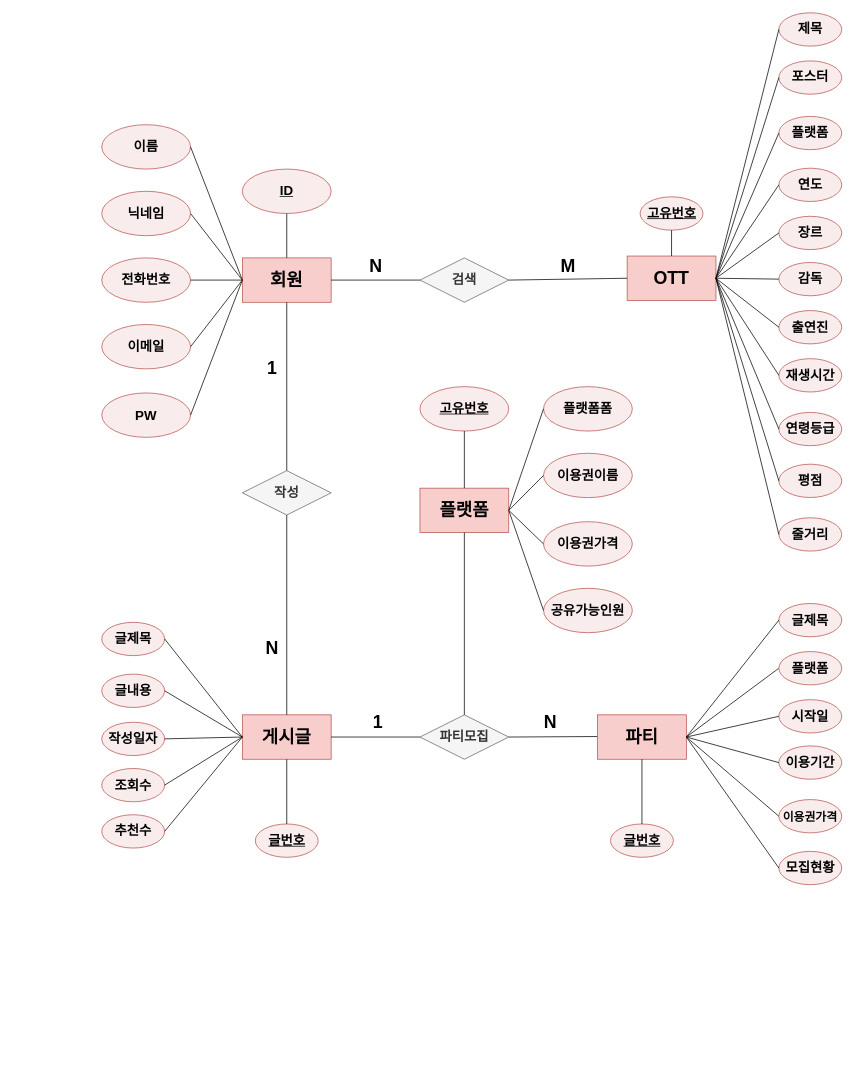
Above: DB.drawio in Baek91/webTest (draw.io), before the change. Source tidied: cells renumbered, new cells numbered last; positions are measured from the earlier drawing's top-left corner, leaving out a move shared by most shapes. Both pictures are drawn from the tidied source at 74%, with x=0, y=0 at pixel (101, 13).
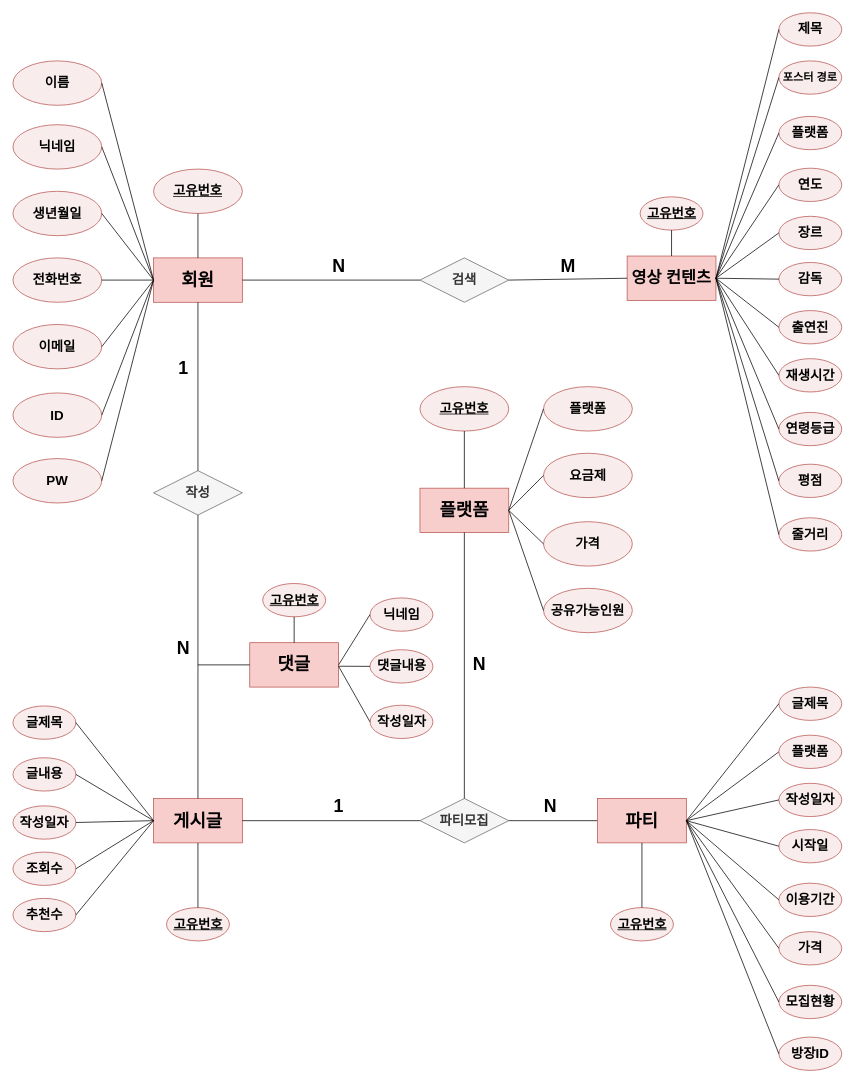
The same diagram, later.

Unchanged cells that the change refers to:
```xml
<mxCell id="13" value="&lt;font style=&quot;font-size: 18px;&quot;&gt;&lt;b&gt;검색&lt;/b&gt;&lt;/font&gt;" style="rhombus;whiteSpace=wrap;html=1;fillColor=#f5f5f5;fontColor=#333333;strokeColor=#666666;" parent="1" vertex="1">
  <mxGeometry x="430" y="331" width="120" height="60" as="geometry" />
</mxCell>
```

Diff of the diagram source:
```diff
@@
     <mxCell id="2" value="&lt;font size=&quot;1&quot;&gt;&lt;b style=&quot;font-size: 24px;&quot;&gt;회원&lt;/b&gt;&lt;/font&gt;" style="rounded=0;whiteSpace=wrap;html=1;fillColor=#f8cecc;strokeColor=#b85450;" parent="1" vertex="1">
-      <mxGeometry x="190" y="331" width="120" height="60" as="geometry" />
+      <mxGeometry x="70" y="331" width="120" height="60" as="geometry" />
     </mxCell>
-    <mxCell id="3" value="&lt;b&gt;&lt;font style=&quot;font-size: 18px;&quot;&gt;닉네임&lt;/font&gt;&lt;/b&gt;" style="ellipse;whiteSpace=wrap;html=1;fillColor=#F8ECEC;strokeColor=#b85450;" parent="1" vertex="1">
-      <mxGeometry y="241" width="120" height="60" as="geometry" />
+    <mxCell id="3" value="&lt;b&gt;&lt;font style=&quot;font-size: 18px;&quot;&gt;생년월일&lt;/font&gt;&lt;/b&gt;" style="ellipse;whiteSpace=wrap;html=1;fillColor=#F8ECEC;strokeColor=#b85450;" parent="1" vertex="1">
+      <mxGeometry x="-120" y="241" width="120" height="60" as="geometry" />
     </mxCell>
@@
-    <mxCell id="5" value="&lt;span style=&quot;font-size: 18px;&quot;&gt;&lt;b&gt;PW&lt;/b&gt;&lt;/span&gt;" style="ellipse;whiteSpace=wrap;html=1;fillColor=#F8ECEC;strokeColor=#b85450;" parent="1" vertex="1">
-      <mxGeometry y="513.5" width="120" height="60" as="geometry" />
+    <mxCell id="5" value="&lt;span style=&quot;font-size: 18px;&quot;&gt;&lt;b&gt;ID&lt;/b&gt;&lt;/span&gt;" style="ellipse;whiteSpace=wrap;html=1;fillColor=#F8ECEC;strokeColor=#b85450;" parent="1" vertex="1">
+      <mxGeometry x="-120" y="513.5" width="120" height="60" as="geometry" />
     </mxCell>
-    <mxCell id="6" value="&lt;span style=&quot;font-size: 18px;&quot;&gt;&lt;b&gt;&lt;u&gt;ID&lt;/u&gt;&lt;/b&gt;&lt;/span&gt;" style="ellipse;whiteSpace=wrap;html=1;fillColor=#F8ECEC;strokeColor=#b85450;" parent="1" vertex="1">
-      <mxGeometry x="190" y="211" width="120" height="60" as="geometry" />
+    <mxCell id="6" value="&lt;span style=&quot;font-size: 18px;&quot;&gt;&lt;b&gt;&lt;u&gt;고유번호&lt;/u&gt;&lt;/b&gt;&lt;/span&gt;" style="ellipse;whiteSpace=wrap;html=1;fillColor=#F8ECEC;strokeColor=#b85450;" parent="1" vertex="1">
+      <mxGeometry x="70" y="211" width="120" height="60" as="geometry" />
     </mxCell>
@@
     <mxCell id="9" value="&lt;b&gt;&lt;font style=&quot;font-size: 18px;&quot;&gt;이메일&lt;/font&gt;&lt;/b&gt;" style="ellipse;whiteSpace=wrap;html=1;fillColor=#F8ECEC;strokeColor=#b85450;" parent="1" vertex="1">
-      <mxGeometry y="421" width="120" height="60" as="geometry" />
+      <mxGeometry x="-120" y="421" width="120" height="60" as="geometry" />
     </mxCell>
     <mxCell id="10" style="endArrow=none;html=1;rounded=0;exitX=1;exitY=0.5;exitDx=0;exitDy=0;" parent="1" edge="1" source="9">
       <mxGeometry relative="1" as="geometry">
-        <mxPoint x="190" y="361" as="targetPoint" />
+        <mxPoint x="70" y="361" as="targetPoint" />
       </mxGeometry>
     </mxCell>
     <mxCell id="11" value="&lt;b&gt;&lt;font style=&quot;font-size: 18px;&quot;&gt;전화번호&lt;/font&gt;&lt;/b&gt;" style="ellipse;whiteSpace=wrap;html=1;fillColor=#F8ECEC;strokeColor=#b85450;" parent="1" vertex="1">
-      <mxGeometry y="331" width="120" height="60" as="geometry" />
+      <mxGeometry x="-120" y="331" width="120" height="60" as="geometry" />
     </mxCell>
@@
-    <mxCell id="14" style="endArrow=none;html=1;rounded=0;entryX=0;entryY=0.5;entryDx=0;entryDy=0;" parent="1" edge="1" target="13">
-      <mxGeometry relative="1" as="geometry">
-        <mxPoint x="310" y="361" as="sourcePoint" />
-      </mxGeometry>
+    <mxCell id="14" style="endArrow=none;html=1;rounded=0;entryX=0;entryY=0.5;entryDx=0;entryDy=0;exitX=1;exitY=0.5;exitDx=0;exitDy=0;" parent="1" edge="1" source="2" target="13">
+      <mxGeometry relative="1" as="geometry" />
     </mxCell>
-    <mxCell id="15" value="&lt;b style=&quot;border-color: var(--border-color); font-size: 24px;&quot;&gt;OTT&lt;/b&gt;" style="rounded=0;whiteSpace=wrap;html=1;fillColor=#f8cecc;strokeColor=#b85450;" parent="1" vertex="1">
+    <mxCell id="15" value="&lt;b style=&quot;&quot;&gt;&lt;font style=&quot;font-size: 22px;&quot;&gt;영상 컨텐츠&lt;/font&gt;&lt;/b&gt;" style="rounded=0;whiteSpace=wrap;html=1;fillColor=#f8cecc;strokeColor=#b85450;" parent="1" vertex="1">
       <mxGeometry x="710" y="328.5" width="120" height="60" as="geometry" />
     </mxCell>
@@
     <mxCell id="31" value="N" style="text;strokeColor=none;fillColor=none;html=1;fontSize=24;fontStyle=1;verticalAlign=middle;align=center;" parent="1" vertex="1">
-      <mxGeometry x="320" y="323" width="100" height="40" as="geometry" />
+      <mxGeometry x="270" y="323" width="100" height="40" as="geometry" />
     </mxCell>
@@
-    <mxCell id="33" value="&lt;span style=&quot;font-size: 18px;&quot;&gt;&lt;b&gt;이름&lt;/b&gt;&lt;/span&gt;" style="ellipse;whiteSpace=wrap;html=1;fillColor=#F8ECEC;strokeColor=#b85450;" parent="1" vertex="1">
-      <mxGeometry y="151" width="120" height="60" as="geometry" />
+    <mxCell id="33" value="&lt;span style=&quot;font-size: 18px;&quot;&gt;&lt;b&gt;닉네임&lt;/b&gt;&lt;/span&gt;" style="ellipse;whiteSpace=wrap;html=1;fillColor=#F8ECEC;strokeColor=#b85450;" parent="1" vertex="1">
+      <mxGeometry x="-120" y="151" width="120" height="60" as="geometry" />
     </mxCell>
@@
-    <mxCell id="39" value="&lt;b&gt;&lt;font style=&quot;font-size: 18px;&quot;&gt;포스터&lt;/font&gt;&lt;/b&gt;" style="ellipse;whiteSpace=wrap;html=1;fillColor=#F8ECEC;strokeColor=#b85450;" parent="1" vertex="1">
+    <mxCell id="39" value="&lt;b style=&quot;&quot;&gt;&lt;font style=&quot;font-size: 15px;&quot;&gt;포스터 경로&lt;/font&gt;&lt;/b&gt;" style="ellipse;whiteSpace=wrap;html=1;fillColor=#F8ECEC;strokeColor=#b85450;" parent="1" vertex="1">
       <mxGeometry x="915" y="64.8" width="85" height="45" as="geometry" />
     </mxCell>
@@
     <mxCell id="43" value="&lt;font style=&quot;font-size: 18px;&quot;&gt;&lt;b&gt;작성&lt;/b&gt;&lt;/font&gt;" style="rhombus;whiteSpace=wrap;html=1;fillColor=#f5f5f5;fontColor=#333333;strokeColor=#666666;" parent="1" vertex="1">
-      <mxGeometry x="190" y="618.5" width="120" height="60" as="geometry" />
+      <mxGeometry x="70" y="618.5" width="120" height="60" as="geometry" />
     </mxCell>
     <mxCell id="44" style="endArrow=none;html=1;rounded=0;exitX=0.5;exitY=0;exitDx=0;exitDy=0;" parent="1" edge="1" source="43">
       <mxGeometry relative="1" as="geometry">
-        <mxPoint x="250" y="391" as="targetPoint" />
+        <mxPoint x="130" y="391" as="targetPoint" />
       </mxGeometry>
     </mxCell>
     <mxCell id="45" value="&lt;b style=&quot;border-color: var(--border-color); font-size: 24px;&quot;&gt;게시글&lt;/b&gt;" style="rounded=0;whiteSpace=wrap;html=1;fillColor=#f8cecc;strokeColor=#b85450;" parent="1" vertex="1">
-      <mxGeometry x="190" y="948.5" width="120" height="60" as="geometry" />
+      <mxGeometry x="70" y="1061.5" width="120" height="60" as="geometry" />
     </mxCell>
@@
     <mxCell id="47" value="&lt;b&gt;&lt;font style=&quot;font-size: 18px;&quot;&gt;글내용&lt;/font&gt;&lt;/b&gt;" style="ellipse;whiteSpace=wrap;html=1;fillColor=#F8ECEC;strokeColor=#b85450;" parent="1" vertex="1">
-      <mxGeometry y="893.5" width="85" height="45" as="geometry" />
+      <mxGeometry x="-120" y="1006.5" width="85" height="45" as="geometry" />
     </mxCell>
     <mxCell id="48" value="&lt;b&gt;&lt;font style=&quot;font-size: 18px;&quot;&gt;조회수&lt;/font&gt;&lt;/b&gt;" style="ellipse;whiteSpace=wrap;html=1;fillColor=#F8ECEC;strokeColor=#b85450;" parent="1" vertex="1">
-      <mxGeometry y="1021" width="85" height="45" as="geometry" />
+      <mxGeometry x="-120" y="1134" width="85" height="45" as="geometry" />
     </mxCell>
     <mxCell id="49" value="&lt;span style=&quot;font-size: 18px;&quot;&gt;&lt;b&gt;추천수&lt;/b&gt;&lt;/span&gt;" style="ellipse;whiteSpace=wrap;html=1;fillColor=#F8ECEC;strokeColor=#b85450;" parent="1" vertex="1">
-      <mxGeometry y="1083.5" width="85" height="45" as="geometry" />
+      <mxGeometry x="-120" y="1196.5" width="85" height="45" as="geometry" />
     </mxCell>
     <mxCell id="50" value="&lt;span style=&quot;font-size: 18px;&quot;&gt;&lt;b&gt;작성일자&lt;/b&gt;&lt;/span&gt;" style="ellipse;whiteSpace=wrap;html=1;fillColor=#F8ECEC;strokeColor=#b85450;" parent="1" vertex="1">
-      <mxGeometry y="958.5" width="85" height="45" as="geometry" />
+      <mxGeometry x="-120" y="1071.5" width="85" height="45" as="geometry" />
     </mxCell>
     <mxCell id="51" value="&lt;b&gt;&lt;font style=&quot;font-size: 18px;&quot;&gt;글제목&lt;/font&gt;&lt;/b&gt;" style="ellipse;whiteSpace=wrap;html=1;fillColor=#F8ECEC;strokeColor=#b85450;" parent="1" vertex="1">
-      <mxGeometry y="823.5" width="85" height="45" as="geometry" />
+      <mxGeometry x="-120" y="936.5" width="85" height="45" as="geometry" />
     </mxCell>
-    <mxCell id="52" value="&lt;b&gt;&lt;font style=&quot;font-size: 18px;&quot;&gt;&lt;u&gt;글번호&lt;/u&gt;&lt;/font&gt;&lt;/b&gt;" style="ellipse;whiteSpace=wrap;html=1;fillColor=#F8ECEC;strokeColor=#b85450;" parent="1" vertex="1">
-      <mxGeometry x="207.5" y="1096" width="85" height="45" as="geometry" />
+    <mxCell id="52" value="&lt;b&gt;&lt;font style=&quot;font-size: 18px;&quot;&gt;&lt;u&gt;고유번호&lt;/u&gt;&lt;/font&gt;&lt;/b&gt;" style="ellipse;whiteSpace=wrap;html=1;fillColor=#F8ECEC;strokeColor=#b85450;" parent="1" vertex="1">
+      <mxGeometry x="87.5" y="1209" width="85" height="45" as="geometry" />
     </mxCell>
@@
-    <mxCell id="54" style="endArrow=none;html=1;rounded=0;exitX=1;exitY=0.5;exitDx=0;exitDy=0;" parent="1" edge="1" source="48">
-      <mxGeometry relative="1" as="geometry">
-        <mxPoint x="190" y="978.5" as="targetPoint" />
-      </mxGeometry>
+    <mxCell id="54" style="endArrow=none;html=1;rounded=0;exitX=1;exitY=0.5;exitDx=0;exitDy=0;entryX=0;entryY=0.5;entryDx=0;entryDy=0;" parent="1" edge="1" source="48" target="45">
+      <mxGeometry relative="1" as="geometry" />
     </mxCell>
@@
     <mxCell id="59" value="1" style="text;strokeColor=none;fillColor=none;html=1;fontSize=24;fontStyle=1;verticalAlign=middle;align=center;" parent="1" vertex="1">
-      <mxGeometry x="180" y="461" width="100" height="40" as="geometry" />
+      <mxGeometry x="60" y="461" width="100" height="40" as="geometry" />
     </mxCell>
     <mxCell id="60" value="N" style="text;strokeColor=none;fillColor=none;html=1;fontSize=24;fontStyle=1;verticalAlign=middle;align=center;" parent="1" vertex="1">
-      <mxGeometry x="180" y="838.5" width="100" height="40" as="geometry" />
+      <mxGeometry x="60" y="838.5" width="100" height="40" as="geometry" />
     </mxCell>
     <mxCell id="61" value="&lt;span style=&quot;font-size: 18px;&quot;&gt;&lt;b&gt;파티모집&lt;/b&gt;&lt;/span&gt;" style="rhombus;whiteSpace=wrap;html=1;fillColor=#f5f5f5;fontColor=#333333;strokeColor=#666666;" parent="1" vertex="1">
-      <mxGeometry x="430" y="948.5" width="120" height="60" as="geometry" />
+      <mxGeometry x="430" y="1061.5" width="120" height="60" as="geometry" />
     </mxCell>
-    <mxCell id="62" style="endArrow=none;html=1;rounded=0;entryX=0;entryY=0.5;entryDx=0;entryDy=0;" parent="1" edge="1" target="61">
-      <mxGeometry relative="1" as="geometry">
-        <mxPoint x="310" y="978.5" as="sourcePoint" />
-      </mxGeometry>
+    <mxCell id="62" style="endArrow=none;html=1;rounded=0;entryX=0;entryY=0.5;entryDx=0;entryDy=0;exitX=1;exitY=0.5;exitDx=0;exitDy=0;" parent="1" edge="1" source="45" target="61">
+      <mxGeometry relative="1" as="geometry" />
     </mxCell>
-    <mxCell id="63" style="endArrow=none;html=1;rounded=0;entryX=0;entryY=0.5;entryDx=0;entryDy=0;exitX=1;exitY=0.5;exitDx=0;exitDy=0;" parent="1" edge="1" source="61">
-      <mxGeometry relative="1" as="geometry">
-        <mxPoint x="670" y="977.8" as="targetPoint" />
-      </mxGeometry>
+    <mxCell id="63" style="endArrow=none;html=1;rounded=0;entryX=0;entryY=0.5;entryDx=0;entryDy=0;exitX=1;exitY=0.5;exitDx=0;exitDy=0;" parent="1" edge="1" source="61" target="64">
+      <mxGeometry relative="1" as="geometry" />
     </mxCell>
     <mxCell id="64" value="&lt;b style=&quot;border-color: var(--border-color); font-size: 24px;&quot;&gt;파티&lt;/b&gt;" style="rounded=0;whiteSpace=wrap;html=1;fillColor=#f8cecc;strokeColor=#b85450;" parent="1" vertex="1">
-      <mxGeometry x="670" y="948.5" width="120" height="60" as="geometry" />
+      <mxGeometry x="670" y="1061.5" width="120" height="60" as="geometry" />
     </mxCell>
-    <mxCell id="65" value="&lt;b&gt;&lt;font style=&quot;font-size: 18px;&quot;&gt;&lt;u&gt;글번호&lt;/u&gt;&lt;/font&gt;&lt;/b&gt;" style="ellipse;whiteSpace=wrap;html=1;fillColor=#F8ECEC;strokeColor=#b85450;" parent="1" vertex="1">
-      <mxGeometry x="687.5" y="1096" width="85" height="45" as="geometry" />
+    <mxCell id="65" value="&lt;b&gt;&lt;font style=&quot;font-size: 18px;&quot;&gt;&lt;u&gt;고유번호&lt;/u&gt;&lt;/font&gt;&lt;/b&gt;" style="ellipse;whiteSpace=wrap;html=1;fillColor=#F8ECEC;strokeColor=#b85450;" parent="1" vertex="1">
+      <mxGeometry x="687.5" y="1209" width="85" height="45" as="geometry" />
     </mxCell>
-    <mxCell id="66" value="&lt;b&gt;&lt;font style=&quot;font-size: 18px;&quot;&gt;이용기간&lt;/font&gt;&lt;/b&gt;" style="ellipse;whiteSpace=wrap;html=1;fillColor=#F8ECEC;strokeColor=#b85450;" parent="1" vertex="1">
-      <mxGeometry x="915" y="990.5" width="85" height="45" as="geometry" />
+    <mxCell id="66" value="&lt;b&gt;&lt;font style=&quot;font-size: 18px;&quot;&gt;시작일&lt;/font&gt;&lt;/b&gt;" style="ellipse;whiteSpace=wrap;html=1;fillColor=#F8ECEC;strokeColor=#b85450;" parent="1" vertex="1">
+      <mxGeometry x="915" y="1103.5" width="85" height="45" as="geometry" />
     </mxCell>
-    <mxCell id="67" value="&lt;span style=&quot;font-size: 18px;&quot;&gt;&lt;b&gt;시작일&lt;/b&gt;&lt;/span&gt;" style="ellipse;whiteSpace=wrap;html=1;fillColor=#F8ECEC;strokeColor=#b85450;" parent="1" vertex="1">
-      <mxGeometry x="915" y="928" width="85" height="45" as="geometry" />
+    <mxCell id="67" value="&lt;span style=&quot;font-size: 18px;&quot;&gt;&lt;b&gt;작성일자&lt;/b&gt;&lt;/span&gt;" style="ellipse;whiteSpace=wrap;html=1;fillColor=#F8ECEC;strokeColor=#b85450;" parent="1" vertex="1">
+      <mxGeometry x="915" y="1041" width="85" height="45" as="geometry" />
     </mxCell>
     <mxCell id="68" value="&lt;span style=&quot;font-size: 18px;&quot;&gt;&lt;b&gt;글제목&lt;/b&gt;&lt;/span&gt;" style="ellipse;whiteSpace=wrap;html=1;fillColor=#F8ECEC;strokeColor=#b85450;" parent="1" vertex="1">
-      <mxGeometry x="915" y="798" width="85" height="45" as="geometry" />
+      <mxGeometry x="915" y="911" width="85" height="45" as="geometry" />
     </mxCell>
-    <mxCell id="69" value="&lt;b style=&quot;&quot;&gt;&lt;font style=&quot;font-size: 16px;&quot;&gt;이용권가격&lt;/font&gt;&lt;/b&gt;" style="ellipse;whiteSpace=wrap;html=1;fillColor=#F8ECEC;strokeColor=#b85450;" parent="1" vertex="1">
-      <mxGeometry x="915" y="1063" width="85" height="45" as="geometry" />
+    <mxCell id="69" value="&lt;b style=&quot;&quot;&gt;&lt;font style=&quot;font-size: 18px;&quot;&gt;이용기간&lt;/font&gt;&lt;/b&gt;" style="ellipse;whiteSpace=wrap;html=1;fillColor=#F8ECEC;strokeColor=#b85450;" parent="1" vertex="1">
+      <mxGeometry x="915" y="1176" width="85" height="45" as="geometry" />
     </mxCell>
-    <mxCell id="70" value="&lt;b&gt;&lt;font style=&quot;font-size: 18px;&quot;&gt;모집현황&lt;/font&gt;&lt;/b&gt;" style="ellipse;whiteSpace=wrap;html=1;fillColor=#F8ECEC;strokeColor=#b85450;" parent="1" vertex="1">
-      <mxGeometry x="915" y="1133" width="85" height="45" as="geometry" />
+    <mxCell id="70" value="&lt;b&gt;&lt;font style=&quot;font-size: 18px;&quot;&gt;가격&lt;/font&gt;&lt;/b&gt;" style="ellipse;whiteSpace=wrap;html=1;fillColor=#F8ECEC;strokeColor=#b85450;" parent="1" vertex="1">
+      <mxGeometry x="915" y="1241.5" width="85" height="45" as="geometry" />
     </mxCell>
@@
     <mxCell id="80" value="&lt;span style=&quot;font-size: 18px;&quot;&gt;&lt;b&gt;플랫폼&lt;/b&gt;&lt;/span&gt;" style="ellipse;whiteSpace=wrap;html=1;fillColor=#F8ECEC;strokeColor=#b85450;" parent="1" vertex="1">
-      <mxGeometry x="915" y="863" width="85" height="45" as="geometry" />
+      <mxGeometry x="915" y="976" width="85" height="45" as="geometry" />
     </mxCell>
-    <mxCell id="81" value="&lt;span style=&quot;font-size: 18px;&quot;&gt;&lt;b&gt;이용권가격&lt;/b&gt;&lt;/span&gt;" style="ellipse;whiteSpace=wrap;html=1;fillColor=#F8ECEC;strokeColor=#b85450;" parent="1" vertex="1">
+    <mxCell id="81" value="&lt;span style=&quot;font-size: 18px;&quot;&gt;&lt;b&gt;가격&lt;/b&gt;&lt;/span&gt;" style="ellipse;whiteSpace=wrap;html=1;fillColor=#F8ECEC;strokeColor=#b85450;" parent="1" vertex="1">
       <mxGeometry x="597" y="687.5" width="120" height="60" as="geometry" />
     </mxCell>
-    <mxCell id="82" value="&lt;b&gt;&lt;font style=&quot;font-size: 18px;&quot;&gt;이용권이름&lt;/font&gt;&lt;/b&gt;" style="ellipse;whiteSpace=wrap;html=1;fillColor=#F8ECEC;strokeColor=#b85450;" parent="1" vertex="1">
+    <mxCell id="82" value="&lt;b&gt;&lt;font style=&quot;font-size: 18px;&quot;&gt;요금제&lt;/font&gt;&lt;/b&gt;" style="ellipse;whiteSpace=wrap;html=1;fillColor=#F8ECEC;strokeColor=#b85450;" parent="1" vertex="1">
       <mxGeometry x="597" y="595" width="120" height="60" as="geometry" />
     </mxCell>
-    <mxCell id="83" value="&lt;b&gt;&lt;font style=&quot;font-size: 18px;&quot;&gt;플랫폼폼&lt;/font&gt;&lt;/b&gt;" style="ellipse;whiteSpace=wrap;html=1;fillColor=#F8ECEC;strokeColor=#b85450;" parent="1" vertex="1">
+    <mxCell id="83" value="&lt;b&gt;&lt;font style=&quot;font-size: 18px;&quot;&gt;플랫폼&lt;/font&gt;&lt;/b&gt;" style="ellipse;whiteSpace=wrap;html=1;fillColor=#F8ECEC;strokeColor=#b85450;" parent="1" vertex="1">
       <mxGeometry x="597" y="505" width="120" height="60" as="geometry" />
     </mxCell>
@@
     <mxCell id="93" value="1" style="text;strokeColor=none;fillColor=none;html=1;fontSize=24;fontStyle=1;verticalAlign=middle;align=center;" parent="1" vertex="1">
-      <mxGeometry x="323" y="939" width="100" height="40" as="geometry" />
+      <mxGeometry x="270" y="1052" width="100" height="40" as="geometry" />
     </mxCell>
     <mxCell id="94" value="N" style="text;strokeColor=none;fillColor=none;html=1;fontSize=24;fontStyle=1;verticalAlign=middle;align=center;" parent="1" vertex="1">
-      <mxGeometry x="556" y="939" width="100" height="40" as="geometry" />
+      <mxGeometry x="556" y="1052" width="100" height="40" as="geometry" />
     </mxCell>
+    <mxCell id="95" value="&lt;span style=&quot;font-size: 18px;&quot;&gt;&lt;b&gt;이름&lt;/b&gt;&lt;/span&gt;" style="ellipse;whiteSpace=wrap;html=1;fillColor=#F8ECEC;strokeColor=#b85450;" parent="1" vertex="1">
+      <mxGeometry x="-120" y="64.8" width="120" height="60" as="geometry" />
+    </mxCell>
+    <mxCell id="96" value="&lt;span style=&quot;font-size: 18px;&quot;&gt;&lt;b&gt;PW&lt;/b&gt;&lt;/span&gt;" style="ellipse;whiteSpace=wrap;html=1;fillColor=#F8ECEC;strokeColor=#b85450;" parent="1" vertex="1">
+      <mxGeometry x="-120" y="602.2" width="120" height="60" as="geometry" />
+    </mxCell>
+    <mxCell id="97" style="endArrow=none;html=1;rounded=0;entryX=0;entryY=0.5;entryDx=0;entryDy=0;exitX=1;exitY=0.5;exitDx=0;exitDy=0;" parent="1" edge="1" source="96" target="2">
+      <mxGeometry relative="1" as="geometry" />
+    </mxCell>
+    <mxCell id="98" style="endArrow=none;html=1;rounded=0;entryX=0;entryY=0.5;entryDx=0;entryDy=0;exitX=1;exitY=0.5;exitDx=0;exitDy=0;" parent="1" edge="1" source="95" target="2">
+      <mxGeometry relative="1" as="geometry" />
+    </mxCell>
+    <mxCell id="99" value="&lt;b&gt;&lt;font style=&quot;font-size: 18px;&quot;&gt;모집현황&lt;/font&gt;&lt;/b&gt;" style="ellipse;whiteSpace=wrap;html=1;fillColor=#F8ECEC;strokeColor=#b85450;" parent="1" vertex="1">
+      <mxGeometry x="915" y="1314" width="85" height="45" as="geometry" />
+    </mxCell>
+    <mxCell id="100" value="&lt;b&gt;&lt;font style=&quot;font-size: 18px;&quot;&gt;방장ID&lt;/font&gt;&lt;/b&gt;" style="ellipse;whiteSpace=wrap;html=1;fillColor=#F8ECEC;strokeColor=#b85450;" parent="1" vertex="1">
+      <mxGeometry x="915" y="1384" width="85" height="45" as="geometry" />
+    </mxCell>
+    <mxCell id="101" style="endArrow=none;html=1;rounded=0;entryX=1;entryY=0.5;entryDx=0;entryDy=0;exitX=0;exitY=0.5;exitDx=0;exitDy=0;" parent="1" edge="1" source="99" target="64">
+      <mxGeometry relative="1" as="geometry" />
+    </mxCell>
+    <mxCell id="102" style="endArrow=none;html=1;rounded=0;entryX=1;entryY=0.5;entryDx=0;entryDy=0;exitX=0;exitY=0.5;exitDx=0;exitDy=0;" parent="1" edge="1" source="100" target="64">
+      <mxGeometry relative="1" as="geometry" />
+    </mxCell>
+    <mxCell id="103" value="&lt;b style=&quot;border-color: var(--border-color); font-size: 24px;&quot;&gt;댓글&lt;/b&gt;" style="rounded=0;whiteSpace=wrap;html=1;fillColor=#f8cecc;strokeColor=#b85450;" parent="1" vertex="1">
+      <mxGeometry x="200" y="851" width="120" height="60" as="geometry" />
+    </mxCell>
+    <mxCell id="104" style="endArrow=none;html=1;rounded=0;entryX=0;entryY=0.5;entryDx=0;entryDy=0;" parent="1" edge="1" target="103">
+      <mxGeometry relative="1" as="geometry">
+        <mxPoint x="130" y="881" as="sourcePoint" />
+      </mxGeometry>
+    </mxCell>
+    <mxCell id="105" value="&lt;b&gt;&lt;font style=&quot;font-size: 18px;&quot;&gt;작성일자&lt;/font&gt;&lt;/b&gt;" style="ellipse;whiteSpace=wrap;html=1;fillColor=#F8ECEC;strokeColor=#b85450;" parent="1" vertex="1">
+      <mxGeometry x="362.5" y="935.5" width="85" height="45" as="geometry" />
+    </mxCell>
+    <mxCell id="106" value="&lt;b&gt;&lt;font style=&quot;font-size: 18px;&quot;&gt;댓글내용&lt;/font&gt;&lt;/b&gt;" style="ellipse;whiteSpace=wrap;html=1;fillColor=#F8ECEC;strokeColor=#b85450;" parent="1" vertex="1">
+      <mxGeometry x="362.5" y="860.5" width="85" height="45" as="geometry" />
+    </mxCell>
+    <mxCell id="107" style="endArrow=none;html=1;rounded=0;entryX=0;entryY=0.5;entryDx=0;entryDy=0;exitX=1;exitY=0.5;exitDx=0;exitDy=0;" parent="1" edge="1" target="105">
+      <mxGeometry relative="1" as="geometry">
+        <mxPoint x="320" y="882.8" as="sourcePoint" />
+      </mxGeometry>
+    </mxCell>
+    <mxCell id="108" style="endArrow=none;html=1;rounded=0;entryX=0;entryY=0.5;entryDx=0;entryDy=0;exitX=1;exitY=0.5;exitDx=0;exitDy=0;" parent="1" edge="1" target="106">
+      <mxGeometry relative="1" as="geometry">
+        <mxPoint x="320" y="882.8" as="sourcePoint" />
+      </mxGeometry>
+    </mxCell>
+    <mxCell id="109" value="&lt;b&gt;&lt;font style=&quot;font-size: 18px;&quot;&gt;닉네임&lt;/font&gt;&lt;/b&gt;" style="ellipse;whiteSpace=wrap;html=1;fillColor=#F8ECEC;strokeColor=#b85450;" parent="1" vertex="1">
+      <mxGeometry x="362.5" y="790.5" width="85" height="45" as="geometry" />
+    </mxCell>
+    <mxCell id="110" style="endArrow=none;html=1;rounded=0;entryX=0;entryY=0.5;entryDx=0;entryDy=0;" parent="1" edge="1" target="109">
+      <mxGeometry relative="1" as="geometry">
+        <mxPoint x="320" y="881" as="sourcePoint" />
+      </mxGeometry>
+    </mxCell>
+    <mxCell id="111" value="&lt;b&gt;&lt;font style=&quot;font-size: 18px;&quot;&gt;&lt;u&gt;고유번호&lt;/u&gt;&lt;/font&gt;&lt;/b&gt;" style="ellipse;whiteSpace=wrap;html=1;fillColor=#F8ECEC;strokeColor=#b85450;" parent="1" vertex="1">
+      <mxGeometry x="217.5" y="771" width="85" height="45" as="geometry" />
+    </mxCell>
+    <mxCell id="112" style="endArrow=none;html=1;rounded=0;entryX=0.5;entryY=1;entryDx=0;entryDy=0;exitX=0.5;exitY=0;exitDx=0;exitDy=0;" parent="1" edge="1" source="103" target="111">
+      <mxGeometry relative="1" as="geometry" />
+    </mxCell>
+    <mxCell id="113" value="N" style="text;strokeColor=none;fillColor=none;html=1;fontSize=24;fontStyle=1;verticalAlign=middle;align=center;" parent="1" vertex="1">
+      <mxGeometry x="460" y="860.5" width="100" height="40" as="geometry" />
+    </mxCell>
```
